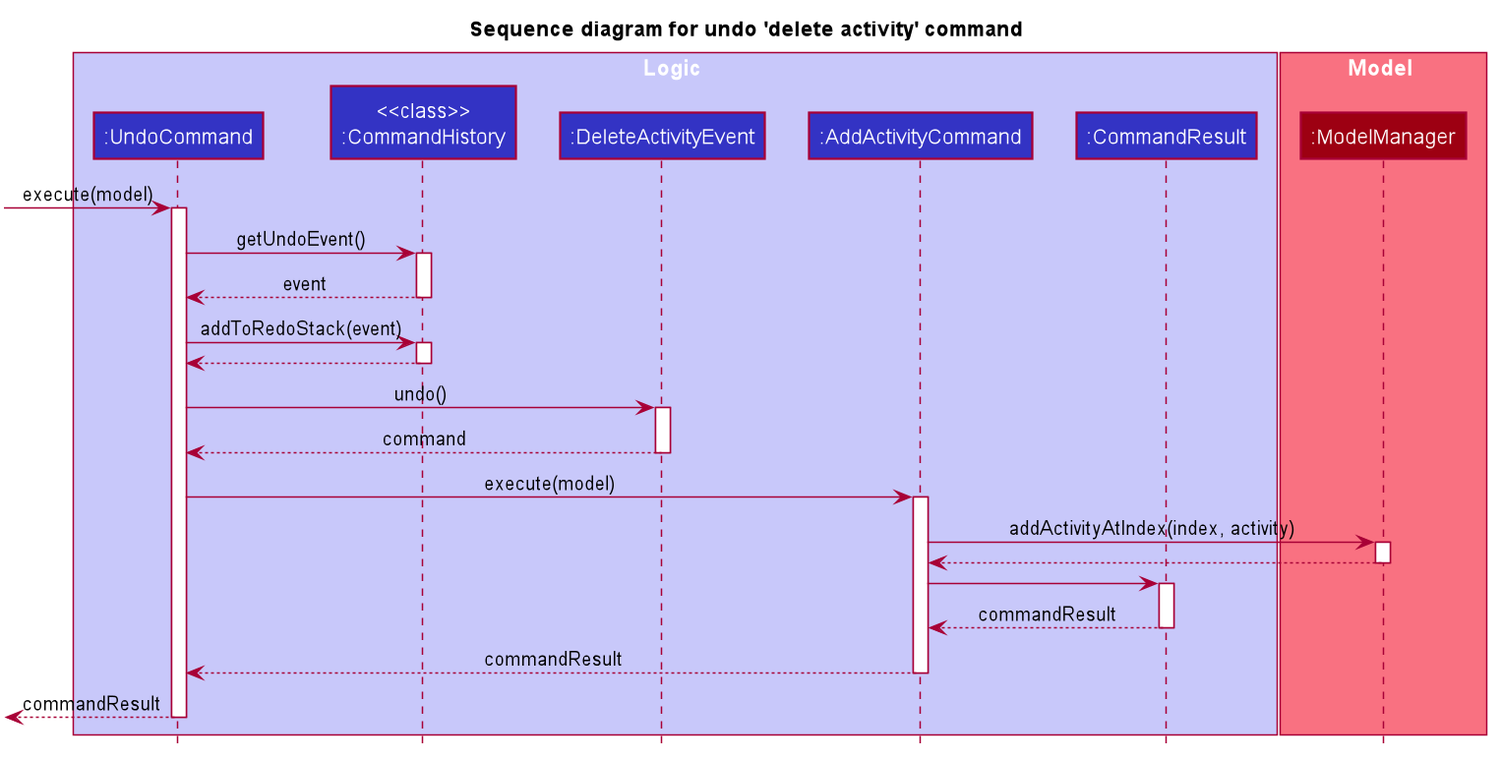
Earlier version of the PlantUML export docs/images/UndoDeleteActivitySequenceDiagram.png (nus-cs2103-AY1920S1/addressbook-level3).
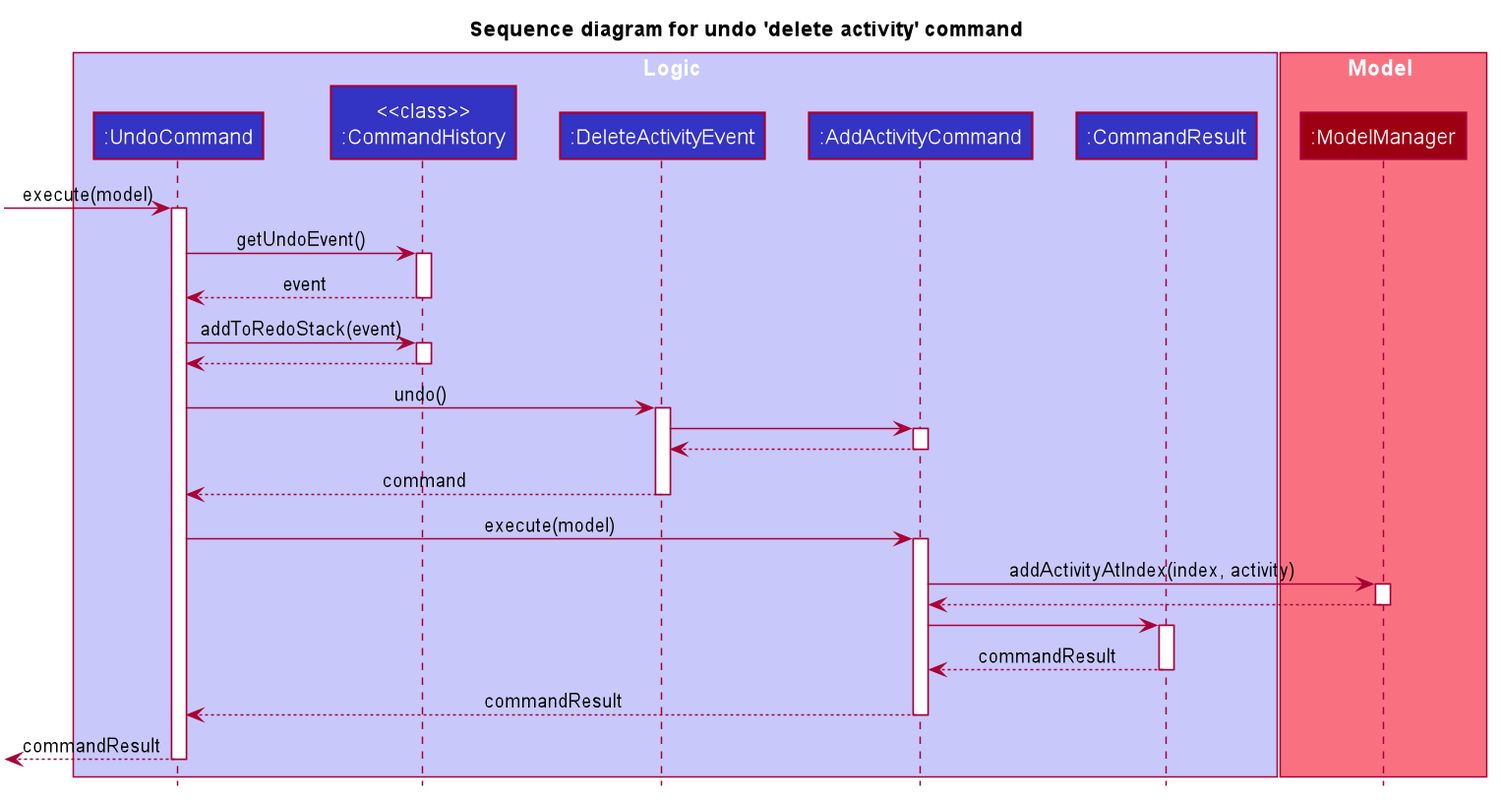
The same diagram one commit later.

Change to the diagram source:
```diff
@@ -79,6 +79,12 @@
 UndoCommand -> DeleteActivityEvent : undo()
 activate DeleteActivityEvent
 
+DeleteActivityEvent -> AddActivityCommand
+activate AddActivityCommand
+
+AddActivityCommand --> DeleteActivityEvent
+deactivate AddActivityCommand
+
 DeleteActivityEvent --> UndoCommand : command
 deactivate DeleteActivityEvent
 
```
